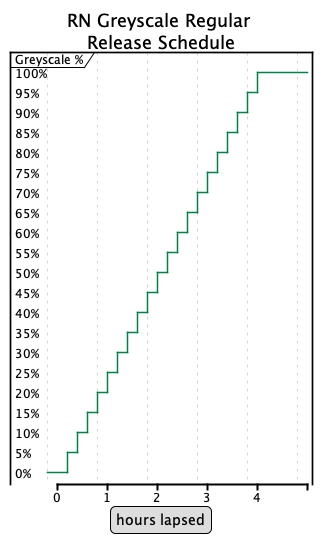
Above: out/Confluence/SOPWebFE/RNGreyscale/RNGreyscale.png in thetomitomo/diagrams (PlantUML), before the change.
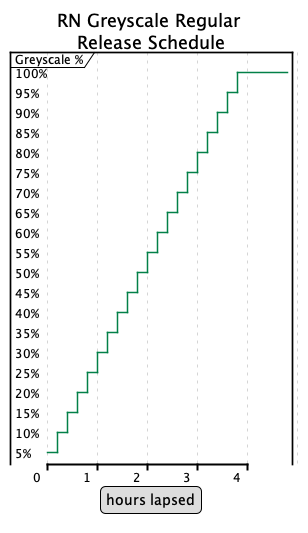
The same diagram one commit later.

Commit message:
mod graph

What changed in the source:
```diff
@@ -7,8 +7,6 @@
 hours lapsed
 end legend
 
-@-0.2
-RN is "0%"
 
 @0.2
 RN is "5%"
```
